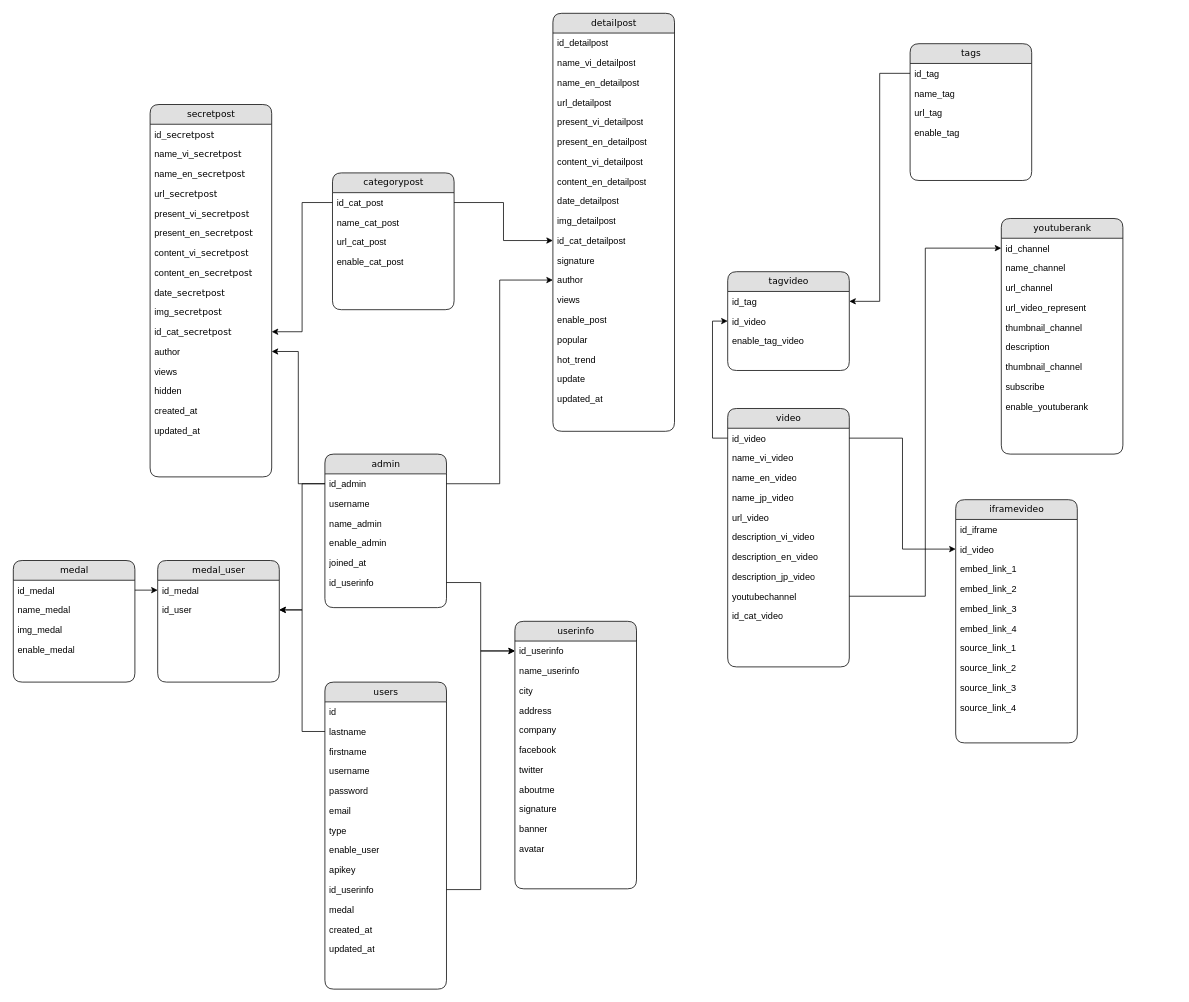
KINGDOMNVHAI/techbase keeps this draw.io diagram as document/database.drawio. Above is the earlier version. Source tidied: cells renumbered, new cells numbered last; positions are measured from the earlier drawing's top-left corner, leaving out a move shared by most shapes. Both pictures are drawn from the tidied source at 76%, with x=0, y=0 at pixel (13, 13).
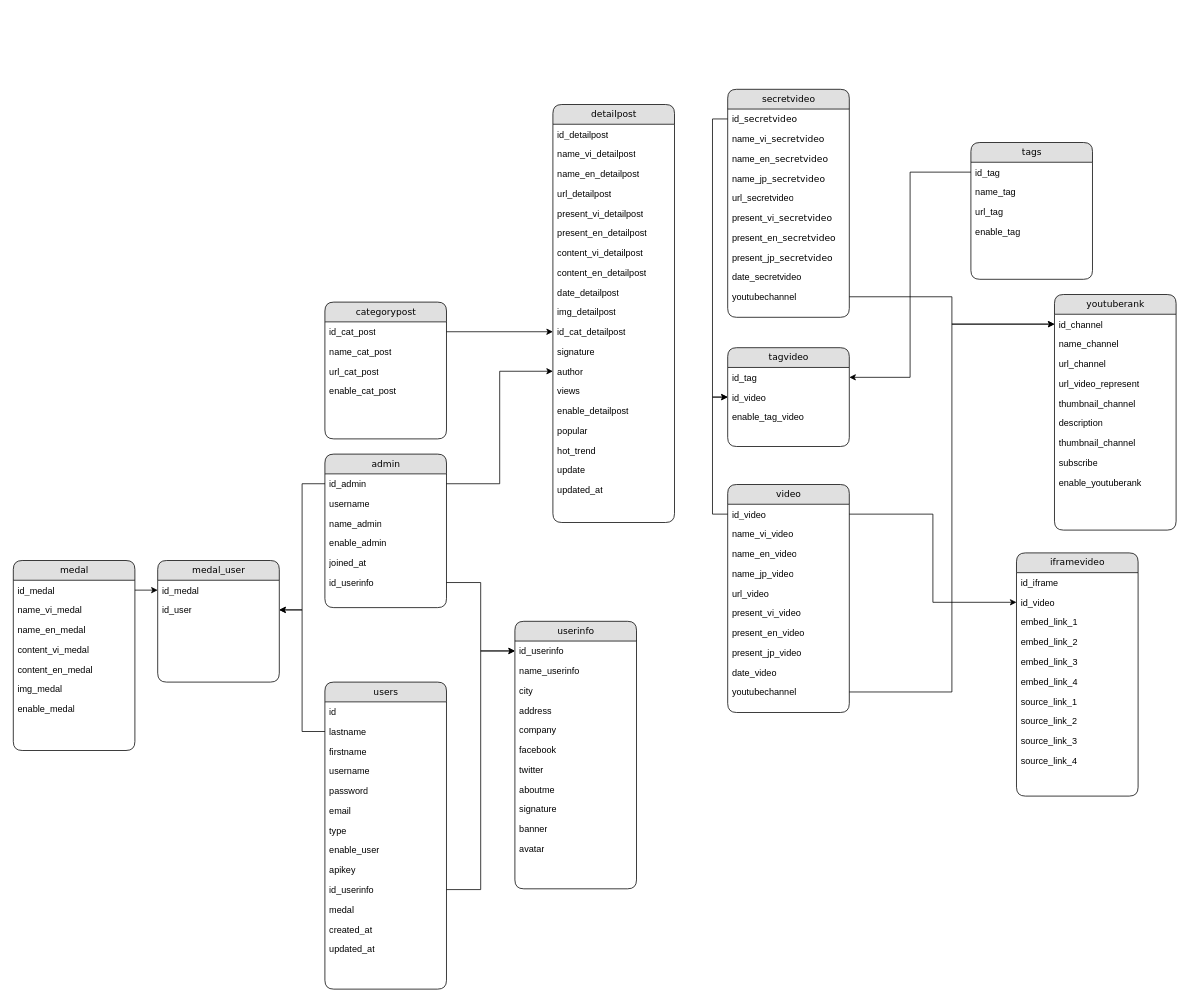
Above is the later version.

The change refers to these unchanged cells:
```xml
<mxCell id="17" value="id_cat_post" style="text;html=1;strokeColor=none;fillColor=none;spacingLeft=4;spacingRight=4;whiteSpace=wrap;overflow=hidden;points=[[0,0.5],[1,0.5]];portConstraint=eastwest;" parent="16" vertex="1">
  <mxGeometry y="26" width="160" height="26" as="geometry" />
</mxCell>
<mxCell id="47" value="id_channel" style="text;html=1;strokeColor=none;fillColor=none;spacingLeft=4;spacingRight=4;whiteSpace=wrap;overflow=hidden;points=[[0,0.5],[1,0.5]];portConstraint=eastwest;" parent="46" vertex="1">
  <mxGeometry y="26" width="160" height="26" as="geometry" />
</mxCell>
<mxCell id="74" value="id_admin" style="text;html=1;strokeColor=none;fillColor=none;spacingLeft=4;spacingRight=4;whiteSpace=wrap;overflow=hidden;points=[[0,0.5],[1,0.5]];portConstraint=eastwest;" parent="73" vertex="1">
  <mxGeometry y="26" width="160" height="26" as="geometry" />
</mxCell>
<mxCell id="133" value="id_video" style="text;html=1;strokeColor=none;fillColor=none;spacingLeft=4;spacingRight=4;whiteSpace=wrap;overflow=hidden;points=[[0,0.5],[1,0.5]];portConstraint=eastwest;" parent="131" vertex="1">
  <mxGeometry y="52" width="160" height="26" as="geometry" />
</mxCell>
```

What changed in the source:
```diff
@@
     <mxCell id="16" value="categorypost" style="swimlane;html=1;fontStyle=0;horizontal=1;startSize=26;fillColor=#e0e0e0;swimlaneFillColor=#ffffff;align=center;rounded=1;shadow=0;comic=0;labelBackgroundColor=none;strokeWidth=1;fontFamily=Verdana;fontSize=12;" parent="1" vertex="1">
-      <mxGeometry x="420" y="210" width="160" height="180" as="geometry" />
+      <mxGeometry x="410" y="380" width="160" height="180" as="geometry" />
     </mxCell>
@@
     <mxCell id="21" value="detailpost" style="swimlane;html=1;fontStyle=0;horizontal=1;startSize=26;fillColor=#e0e0e0;swimlaneFillColor=#ffffff;align=center;rounded=1;shadow=0;comic=0;labelBackgroundColor=none;strokeWidth=1;fontFamily=Verdana;fontSize=12;" parent="1" vertex="1">
-      <mxGeometry x="710" width="160" height="550" as="geometry" />
+      <mxGeometry x="710" y="120" width="160" height="550" as="geometry" />
     </mxCell>
@@
-    <mxCell id="36" value="enable_post" style="text;html=1;strokeColor=none;fillColor=none;spacingLeft=4;spacingRight=4;whiteSpace=wrap;overflow=hidden;" parent="21" vertex="1">
+    <mxCell id="36" value="enable_detailpost" style="text;html=1;strokeColor=none;fillColor=none;spacingLeft=4;spacingRight=4;whiteSpace=wrap;overflow=hidden;" parent="21" vertex="1">
       <mxGeometry y="390" width="160" height="26" as="geometry" />
     </mxCell>
@@
     <mxCell id="41" value="tags" style="swimlane;html=1;fontStyle=0;horizontal=1;startSize=26;fillColor=#e0e0e0;swimlaneFillColor=#ffffff;align=center;rounded=1;shadow=0;comic=0;labelBackgroundColor=none;strokeWidth=1;fontFamily=Verdana;fontSize=12;" parent="1" vertex="1">
-      <mxGeometry x="1180" y="40" width="160" height="180" as="geometry" />
+      <mxGeometry x="1260" y="170" width="160" height="180" as="geometry" />
     </mxCell>
@@
     <mxCell id="46" value="youtuberank" style="swimlane;html=1;fontStyle=0;horizontal=1;startSize=26;fillColor=#e0e0e0;swimlaneFillColor=#ffffff;align=center;rounded=1;shadow=0;comic=0;labelBackgroundColor=none;strokeWidth=1;fontFamily=Verdana;fontSize=12;" parent="1" vertex="1">
-      <mxGeometry x="1300" y="270" width="160" height="310" as="geometry" />
+      <mxGeometry x="1370" y="370" width="160" height="310" as="geometry" />
     </mxCell>
@@
-    <mxCell id="56" value="secretpost" style="swimlane;html=1;fontStyle=0;horizontal=1;startSize=26;fillColor=#e0e0e0;swimlaneFillColor=#ffffff;align=center;rounded=1;shadow=0;comic=0;labelBackgroundColor=none;strokeWidth=1;fontFamily=Verdana;fontSize=12;" parent="1" vertex="1">
-      <mxGeometry x="180" y="120" width="160" height="490" as="geometry" />
-    </mxCell>
-    <mxCell id="57" value="id_&lt;span style=&quot;font-family: &amp;#34;verdana&amp;#34; ; text-align: center&quot;&gt;secretpost&lt;/span&gt;" style="text;html=1;strokeColor=none;fillColor=none;spacingLeft=4;spacingRight=4;whiteSpace=wrap;overflow=hidden;" parent="56" vertex="1">
-      <mxGeometry y="26" width="160" height="26" as="geometry" />
-    </mxCell>
-    <mxCell id="58" value="name_vi_&lt;span style=&quot;font-family: &amp;#34;verdana&amp;#34; ; text-align: center&quot;&gt;secretpost&lt;/span&gt;" style="text;html=1;strokeColor=none;fillColor=none;spacingLeft=4;spacingRight=4;whiteSpace=wrap;overflow=hidden;" parent="56" vertex="1">
-      <mxGeometry y="52" width="160" height="26" as="geometry" />
-    </mxCell>
-    <mxCell id="59" value="name_en_&lt;span style=&quot;font-family: &amp;#34;verdana&amp;#34; ; text-align: center&quot;&gt;secretpost&lt;/span&gt;" style="text;html=1;strokeColor=none;fillColor=none;spacingLeft=4;spacingRight=4;whiteSpace=wrap;overflow=hidden;" parent="56" vertex="1">
-      <mxGeometry y="78" width="160" height="26" as="geometry" />
-    </mxCell>
-    <mxCell id="60" value="url_&lt;span style=&quot;font-family: &amp;#34;verdana&amp;#34; ; text-align: center&quot;&gt;secretpost&lt;/span&gt;" style="text;html=1;strokeColor=none;fillColor=none;spacingLeft=4;spacingRight=4;whiteSpace=wrap;overflow=hidden;" parent="56" vertex="1">
-      <mxGeometry y="104" width="160" height="26" as="geometry" />
-    </mxCell>
-    <mxCell id="61" value="present_vi_&lt;span style=&quot;font-family: &amp;#34;verdana&amp;#34; ; text-align: center&quot;&gt;secretpost&lt;/span&gt;" style="text;html=1;strokeColor=none;fillColor=none;spacingLeft=4;spacingRight=4;whiteSpace=wrap;overflow=hidden;" parent="56" vertex="1">
-      <mxGeometry y="130" width="160" height="26" as="geometry" />
-    </mxCell>
-    <mxCell id="62" value="present_en_&lt;span style=&quot;font-family: &amp;#34;verdana&amp;#34; ; text-align: center&quot;&gt;secretpost&lt;/span&gt;" style="text;html=1;strokeColor=none;fillColor=none;spacingLeft=4;spacingRight=4;whiteSpace=wrap;overflow=hidden;" parent="56" vertex="1">
-      <mxGeometry y="156" width="160" height="26" as="geometry" />
-    </mxCell>
-    <mxCell id="63" value="content_vi_&lt;span style=&quot;font-family: &amp;#34;verdana&amp;#34; ; text-align: center&quot;&gt;secretpost&lt;/span&gt;" style="text;html=1;strokeColor=none;fillColor=none;spacingLeft=4;spacingRight=4;whiteSpace=wrap;overflow=hidden;" parent="56" vertex="1">
-      <mxGeometry y="182" width="160" height="26" as="geometry" />
-    </mxCell>
-    <mxCell id="64" value="content_en_&lt;span style=&quot;font-family: &amp;#34;verdana&amp;#34; ; text-align: center&quot;&gt;secretpost&lt;/span&gt;" style="text;html=1;strokeColor=none;fillColor=none;spacingLeft=4;spacingRight=4;whiteSpace=wrap;overflow=hidden;" parent="56" vertex="1">
-      <mxGeometry y="208" width="160" height="26" as="geometry" />
-    </mxCell>
-    <mxCell id="65" value="date_&lt;span style=&quot;font-family: &amp;#34;verdana&amp;#34; ; text-align: center&quot;&gt;secretpost&lt;/span&gt;" style="text;html=1;strokeColor=none;fillColor=none;spacingLeft=4;spacingRight=4;whiteSpace=wrap;overflow=hidden;" parent="56" vertex="1">
-      <mxGeometry y="234" width="160" height="26" as="geometry" />
-    </mxCell>
-    <mxCell id="66" value="img_&lt;span style=&quot;font-family: &amp;#34;verdana&amp;#34; ; text-align: center&quot;&gt;secretpost&lt;/span&gt;" style="text;html=1;strokeColor=none;fillColor=none;spacingLeft=4;spacingRight=4;whiteSpace=wrap;overflow=hidden;" parent="56" vertex="1">
-      <mxGeometry y="260" width="160" height="26" as="geometry" />
-    </mxCell>
-    <mxCell id="67" value="id_cat_&lt;span style=&quot;font-family: &amp;#34;verdana&amp;#34; ; text-align: center&quot;&gt;secretpost&lt;/span&gt;" style="text;html=1;strokeColor=none;fillColor=none;spacingLeft=4;spacingRight=4;whiteSpace=wrap;overflow=hidden;points=[[0,0.5],[1,0.5]];portConstraint=eastwest;" parent="56" vertex="1">
-      <mxGeometry y="286" width="160" height="26" as="geometry" />
-    </mxCell>
-    <mxCell id="68" value="author" style="text;html=1;strokeColor=none;fillColor=none;spacingLeft=4;spacingRight=4;whiteSpace=wrap;overflow=hidden;points=[[0,0.5],[1,0.5]];portConstraint=eastwest;" parent="56" vertex="1">
-      <mxGeometry y="312" width="160" height="26" as="geometry" />
-    </mxCell>
-    <mxCell id="69" value="views" style="text;html=1;strokeColor=none;fillColor=none;spacingLeft=4;spacingRight=4;whiteSpace=wrap;overflow=hidden;" parent="56" vertex="1">
-      <mxGeometry y="338" width="160" height="26" as="geometry" />
-    </mxCell>
-    <mxCell id="70" value="hidden" style="text;html=1;strokeColor=none;fillColor=none;spacingLeft=4;spacingRight=4;whiteSpace=wrap;overflow=hidden;" parent="56" vertex="1">
-      <mxGeometry y="364" width="160" height="26" as="geometry" />
-    </mxCell>
-    <mxCell id="71" value="created_at" style="text;html=1;strokeColor=none;fillColor=none;spacingLeft=4;spacingRight=4;whiteSpace=wrap;overflow=hidden;" parent="56" vertex="1">
-      <mxGeometry y="390" width="160" height="26" as="geometry" />
-    </mxCell>
-    <mxCell id="72" value="updated_at" style="text;html=1;strokeColor=none;fillColor=none;spacingLeft=4;spacingRight=4;whiteSpace=wrap;overflow=hidden;" parent="56" vertex="1">
-      <mxGeometry y="416" width="160" height="26" as="geometry" />
-    </mxCell>
@@
     <mxCell id="92" value="video" style="swimlane;html=1;fontStyle=0;horizontal=1;startSize=26;fillColor=#e0e0e0;swimlaneFillColor=#ffffff;align=center;rounded=1;shadow=0;comic=0;labelBackgroundColor=none;strokeWidth=1;fontFamily=Verdana;fontSize=12;" parent="1" vertex="1">
-      <mxGeometry x="940" y="520" width="160" height="340" as="geometry" />
+      <mxGeometry x="940" y="620" width="160" height="300" as="geometry" />
     </mxCell>
@@
-    <mxCell id="98" value="description_vi_video" style="text;html=1;strokeColor=none;fillColor=none;spacingLeft=4;spacingRight=4;whiteSpace=wrap;overflow=hidden;" parent="92" vertex="1">
+    <mxCell id="98" value="present_vi_video" style="text;html=1;strokeColor=none;fillColor=none;spacingLeft=4;spacingRight=4;whiteSpace=wrap;overflow=hidden;" parent="92" vertex="1">
       <mxGeometry y="156" width="160" height="26" as="geometry" />
     </mxCell>
-    <mxCell id="99" value="description_en_video" style="text;html=1;strokeColor=none;fillColor=none;spacingLeft=4;spacingRight=4;whiteSpace=wrap;overflow=hidden;" parent="92" vertex="1">
+    <mxCell id="99" value="present_en_video" style="text;html=1;strokeColor=none;fillColor=none;spacingLeft=4;spacingRight=4;whiteSpace=wrap;overflow=hidden;" parent="92" vertex="1">
       <mxGeometry y="182" width="160" height="26" as="geometry" />
     </mxCell>
-    <mxCell id="100" value="description_jp_video" style="text;html=1;strokeColor=none;fillColor=none;spacingLeft=4;spacingRight=4;whiteSpace=wrap;overflow=hidden;" parent="92" vertex="1">
+    <mxCell id="100" value="present_jp_video" style="text;html=1;strokeColor=none;fillColor=none;spacingLeft=4;spacingRight=4;whiteSpace=wrap;overflow=hidden;" parent="92" vertex="1">
       <mxGeometry y="208" width="160" height="26" as="geometry" />
     </mxCell>
+    <mxCell id="139" value="date_video" style="text;html=1;strokeColor=none;fillColor=none;spacingLeft=4;spacingRight=4;whiteSpace=wrap;overflow=hidden;" parent="92" vertex="1">
+      <mxGeometry y="234" width="160" height="26" as="geometry" />
+    </mxCell>
     <mxCell id="101" value="youtubechannel" style="text;html=1;strokeColor=none;fillColor=none;spacingLeft=4;spacingRight=4;whiteSpace=wrap;overflow=hidden;points=[[0,0.5],[1,0.5]];portConstraint=eastwest;" parent="92" vertex="1">
-      <mxGeometry y="234" width="160" height="26" as="geometry" />
+      <mxGeometry y="260" width="160" height="26" as="geometry" />
     </mxCell>
-    <mxCell id="102" value="id_cat_video" style="text;html=1;strokeColor=none;fillColor=none;spacingLeft=4;spacingRight=4;whiteSpace=wrap;overflow=hidden;" parent="92" vertex="1">
-      <mxGeometry y="260" width="160" height="26" as="geometry" />
-    </mxCell>
@@
     <mxCell id="105" value="iframevideo" style="swimlane;html=1;fontStyle=0;horizontal=1;startSize=26;fillColor=#e0e0e0;swimlaneFillColor=#ffffff;align=center;rounded=1;shadow=0;comic=0;labelBackgroundColor=none;strokeWidth=1;fontFamily=Verdana;fontSize=12;" parent="1" vertex="1">
-      <mxGeometry x="1240" y="640" width="160" height="320" as="geometry" />
+      <mxGeometry x="1320" y="710" width="160" height="320" as="geometry" />
     </mxCell>
@@
     <mxCell id="116" value="medal" style="swimlane;html=1;fontStyle=0;horizontal=1;startSize=26;fillColor=#e0e0e0;swimlaneFillColor=#ffffff;align=center;rounded=1;shadow=0;comic=0;labelBackgroundColor=none;strokeWidth=1;fontFamily=Verdana;fontSize=12;" parent="1" vertex="1">
-      <mxGeometry y="720" width="160" height="160" as="geometry" />
+      <mxGeometry y="720" width="160" height="250" as="geometry" />
     </mxCell>
@@
-    <mxCell id="118" value="name_medal" style="text;html=1;strokeColor=none;fillColor=none;spacingLeft=4;spacingRight=4;whiteSpace=wrap;overflow=hidden;" parent="116" vertex="1">
+    <mxCell id="118" value="name_vi_medal" style="text;html=1;strokeColor=none;fillColor=none;spacingLeft=4;spacingRight=4;whiteSpace=wrap;overflow=hidden;" parent="116" vertex="1">
       <mxGeometry y="52" width="160" height="26" as="geometry" />
     </mxCell>
+    <mxCell id="140" value="name_en_medal" style="text;html=1;strokeColor=none;fillColor=none;spacingLeft=4;spacingRight=4;whiteSpace=wrap;overflow=hidden;" parent="116" vertex="1">
+      <mxGeometry y="78" width="160" height="26" as="geometry" />
+    </mxCell>
+    <mxCell id="141" value="content_vi_medal" style="text;html=1;strokeColor=none;fillColor=none;spacingLeft=4;spacingRight=4;whiteSpace=wrap;overflow=hidden;" parent="116" vertex="1">
+      <mxGeometry y="104" width="160" height="26" as="geometry" />
+    </mxCell>
+    <mxCell id="142" value="content_en_medal" style="text;html=1;strokeColor=none;fillColor=none;spacingLeft=4;spacingRight=4;whiteSpace=wrap;overflow=hidden;" parent="116" vertex="1">
+      <mxGeometry y="130" width="160" height="26" as="geometry" />
+    </mxCell>
     <mxCell id="119" value="img_medal" style="text;html=1;strokeColor=none;fillColor=none;spacingLeft=4;spacingRight=4;whiteSpace=wrap;overflow=hidden;" parent="116" vertex="1">
-      <mxGeometry y="78" width="160" height="26" as="geometry" />
+      <mxGeometry y="156" width="160" height="26" as="geometry" />
     </mxCell>
     <mxCell id="120" value="enable_medal" style="text;html=1;strokeColor=none;fillColor=none;spacingLeft=4;spacingRight=4;whiteSpace=wrap;overflow=hidden;" parent="116" vertex="1">
-      <mxGeometry y="104" width="160" height="26" as="geometry" />
+      <mxGeometry y="182" width="160" height="26" as="geometry" />
     </mxCell>
@@
-    <mxCell id="128" style="edgeStyle=orthogonalEdgeStyle;rounded=0;jettySize=auto;html=1;" parent="1" edge="1" source="74" target="68">
-      <mxGeometry relative="1" as="geometry" />
-    </mxCell>
@@
-    <mxCell id="130" style="edgeStyle=orthogonalEdgeStyle;rounded=0;jettySize=auto;html=1;entryX=1;entryY=0.5;entryDx=0;entryDy=0;" parent="1" edge="1" source="17" target="67">
-      <mxGeometry relative="1" as="geometry" />
-    </mxCell>
     <mxCell id="131" value="tagvideo" style="swimlane;html=1;fontStyle=0;horizontal=1;startSize=26;fillColor=#e0e0e0;swimlaneFillColor=#ffffff;align=center;rounded=1;shadow=0;comic=0;labelBackgroundColor=none;strokeWidth=1;fontFamily=Verdana;fontSize=12;" parent="1" vertex="1">
-      <mxGeometry x="940" y="340" width="160" height="130" as="geometry" />
+      <mxGeometry x="940" y="440" width="160" height="130" as="geometry" />
     </mxCell>
@@
+    <mxCell id="143" value="secretvideo" style="swimlane;html=1;fontStyle=0;horizontal=1;startSize=26;fillColor=#e0e0e0;swimlaneFillColor=#ffffff;align=center;rounded=1;shadow=0;comic=0;labelBackgroundColor=none;strokeWidth=1;fontFamily=Verdana;fontSize=12;" parent="1" vertex="1">
+      <mxGeometry x="940" y="100" width="160" height="300" as="geometry" />
+    </mxCell>
+    <mxCell id="144" value="id_&lt;span style=&quot;font-family: &amp;#34;verdana&amp;#34; ; text-align: center&quot;&gt;secretvideo&lt;/span&gt;" style="text;html=1;strokeColor=none;fillColor=none;spacingLeft=4;spacingRight=4;whiteSpace=wrap;overflow=hidden;points=[[0,0.5],[1,0.5]];portConstraint=eastwest;" parent="143" vertex="1">
+      <mxGeometry y="26" width="160" height="26" as="geometry" />
+    </mxCell>
+    <mxCell id="145" value="name_vi_&lt;span style=&quot;font-family: &amp;#34;verdana&amp;#34; ; text-align: center&quot;&gt;secretvideo&lt;/span&gt;" style="text;html=1;strokeColor=none;fillColor=none;spacingLeft=4;spacingRight=4;whiteSpace=wrap;overflow=hidden;" parent="143" vertex="1">
+      <mxGeometry y="52" width="160" height="26" as="geometry" />
+    </mxCell>
+    <mxCell id="146" value="name_en_&lt;span style=&quot;font-family: &amp;#34;verdana&amp;#34; ; text-align: center&quot;&gt;secretvideo&lt;/span&gt;" style="text;html=1;strokeColor=none;fillColor=none;spacingLeft=4;spacingRight=4;whiteSpace=wrap;overflow=hidden;" parent="143" vertex="1">
+      <mxGeometry y="78" width="160" height="26" as="geometry" />
+    </mxCell>
+    <mxCell id="147" value="name_jp_&lt;span style=&quot;font-family: &amp;#34;verdana&amp;#34; ; text-align: center&quot;&gt;secretvideo&lt;/span&gt;" style="text;html=1;strokeColor=none;fillColor=none;spacingLeft=4;spacingRight=4;whiteSpace=wrap;overflow=hidden;" parent="143" vertex="1">
+      <mxGeometry y="104" width="160" height="26" as="geometry" />
+    </mxCell>
+    <mxCell id="148" value="url_secretvideo" style="text;html=1;strokeColor=none;fillColor=none;spacingLeft=4;spacingRight=4;whiteSpace=wrap;overflow=hidden;" parent="143" vertex="1">
+      <mxGeometry y="130" width="160" height="26" as="geometry" />
+    </mxCell>
+    <mxCell id="149" value="present_vi_&lt;span style=&quot;font-family: &amp;#34;verdana&amp;#34; ; text-align: center&quot;&gt;secretvideo&lt;/span&gt;" style="text;html=1;strokeColor=none;fillColor=none;spacingLeft=4;spacingRight=4;whiteSpace=wrap;overflow=hidden;" parent="143" vertex="1">
+      <mxGeometry y="156" width="160" height="26" as="geometry" />
+    </mxCell>
+    <mxCell id="150" value="present_en_&lt;span style=&quot;font-family: &amp;#34;verdana&amp;#34; ; text-align: center&quot;&gt;secretvideo&lt;/span&gt;" style="text;html=1;strokeColor=none;fillColor=none;spacingLeft=4;spacingRight=4;whiteSpace=wrap;overflow=hidden;" parent="143" vertex="1">
+      <mxGeometry y="182" width="160" height="26" as="geometry" />
+    </mxCell>
+    <mxCell id="151" value="present_jp_&lt;span style=&quot;font-family: &amp;#34;verdana&amp;#34; ; text-align: center&quot;&gt;secretvideo&lt;/span&gt;" style="text;html=1;strokeColor=none;fillColor=none;spacingLeft=4;spacingRight=4;whiteSpace=wrap;overflow=hidden;" parent="143" vertex="1">
+      <mxGeometry y="208" width="160" height="26" as="geometry" />
+    </mxCell>
+    <mxCell id="152" value="date_secretvideo" style="text;html=1;strokeColor=none;fillColor=none;spacingLeft=4;spacingRight=4;whiteSpace=wrap;overflow=hidden;" parent="143" vertex="1">
+      <mxGeometry y="234" width="160" height="26" as="geometry" />
+    </mxCell>
+    <mxCell id="153" value="youtubechannel" style="text;html=1;strokeColor=none;fillColor=none;spacingLeft=4;spacingRight=4;whiteSpace=wrap;overflow=hidden;points=[[0,0.5],[1,0.5]];portConstraint=eastwest;" parent="143" vertex="1">
+      <mxGeometry y="260" width="160" height="26" as="geometry" />
+    </mxCell>
+    <mxCell id="154" style="edgeStyle=orthogonalEdgeStyle;rounded=0;jettySize=auto;html=1;entryX=0;entryY=0.5;entryDx=0;entryDy=0;" parent="1" edge="1" source="144" target="133">
+      <mxGeometry relative="1" as="geometry" />
+    </mxCell>
+    <mxCell id="155" style="edgeStyle=orthogonalEdgeStyle;rounded=0;jettySize=auto;html=1;entryX=0;entryY=0.5;entryDx=0;entryDy=0;" parent="1" edge="1" source="153" target="47">
+      <mxGeometry relative="1" as="geometry" />
+    </mxCell>
```
